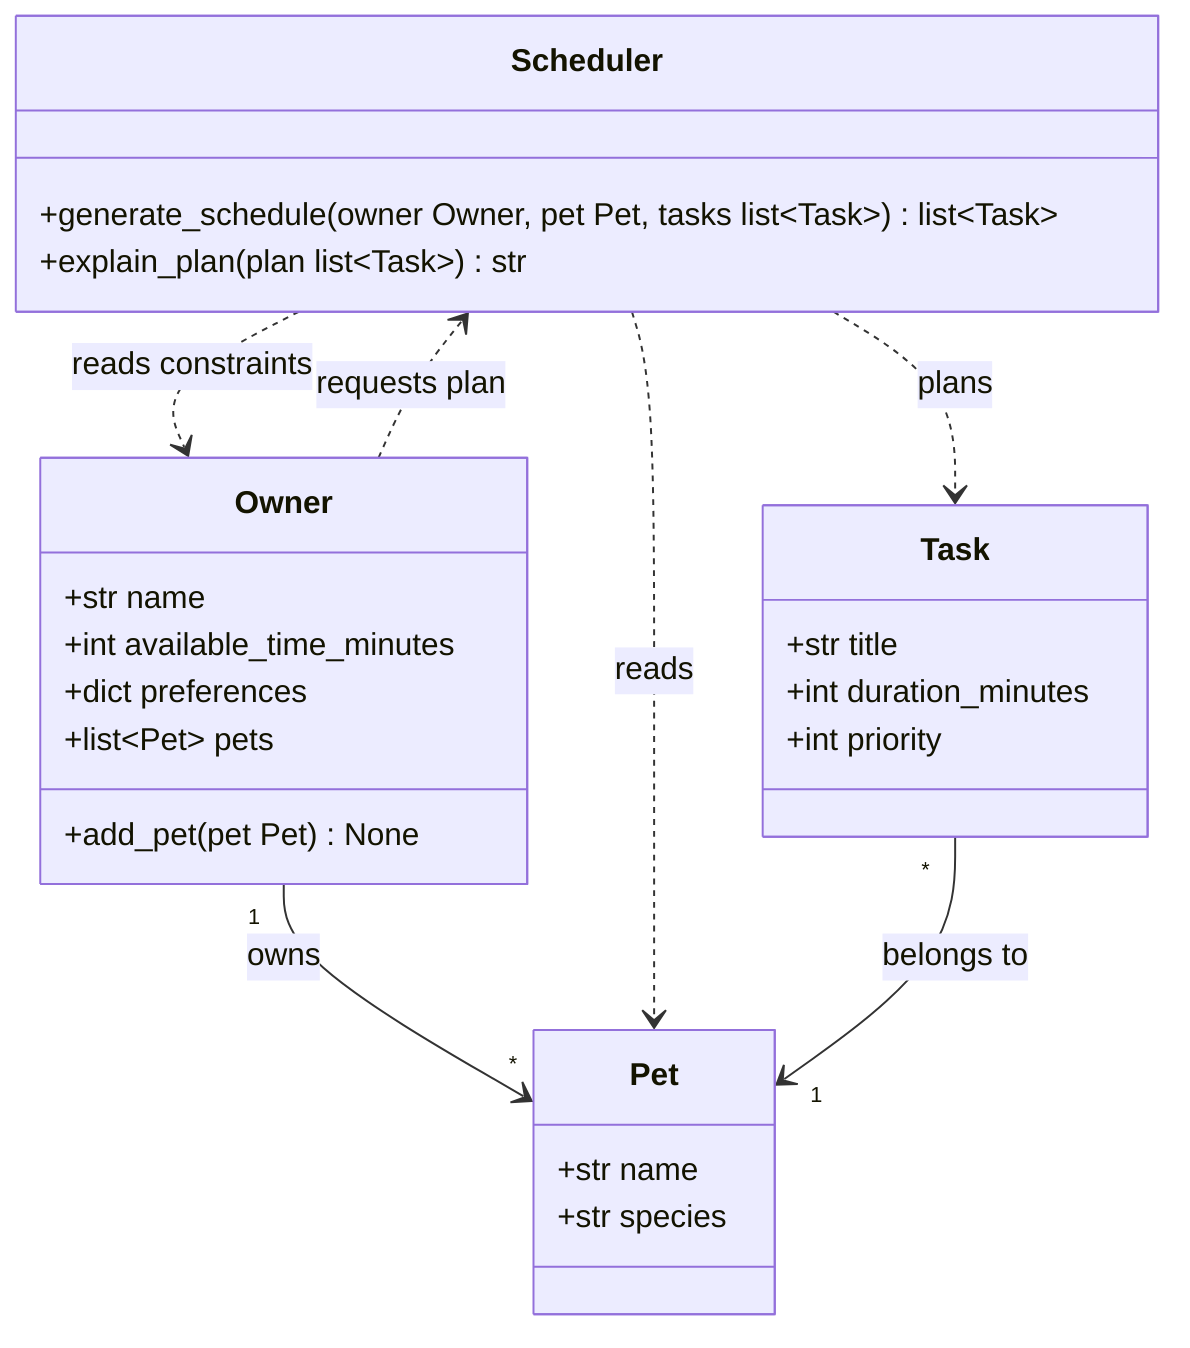
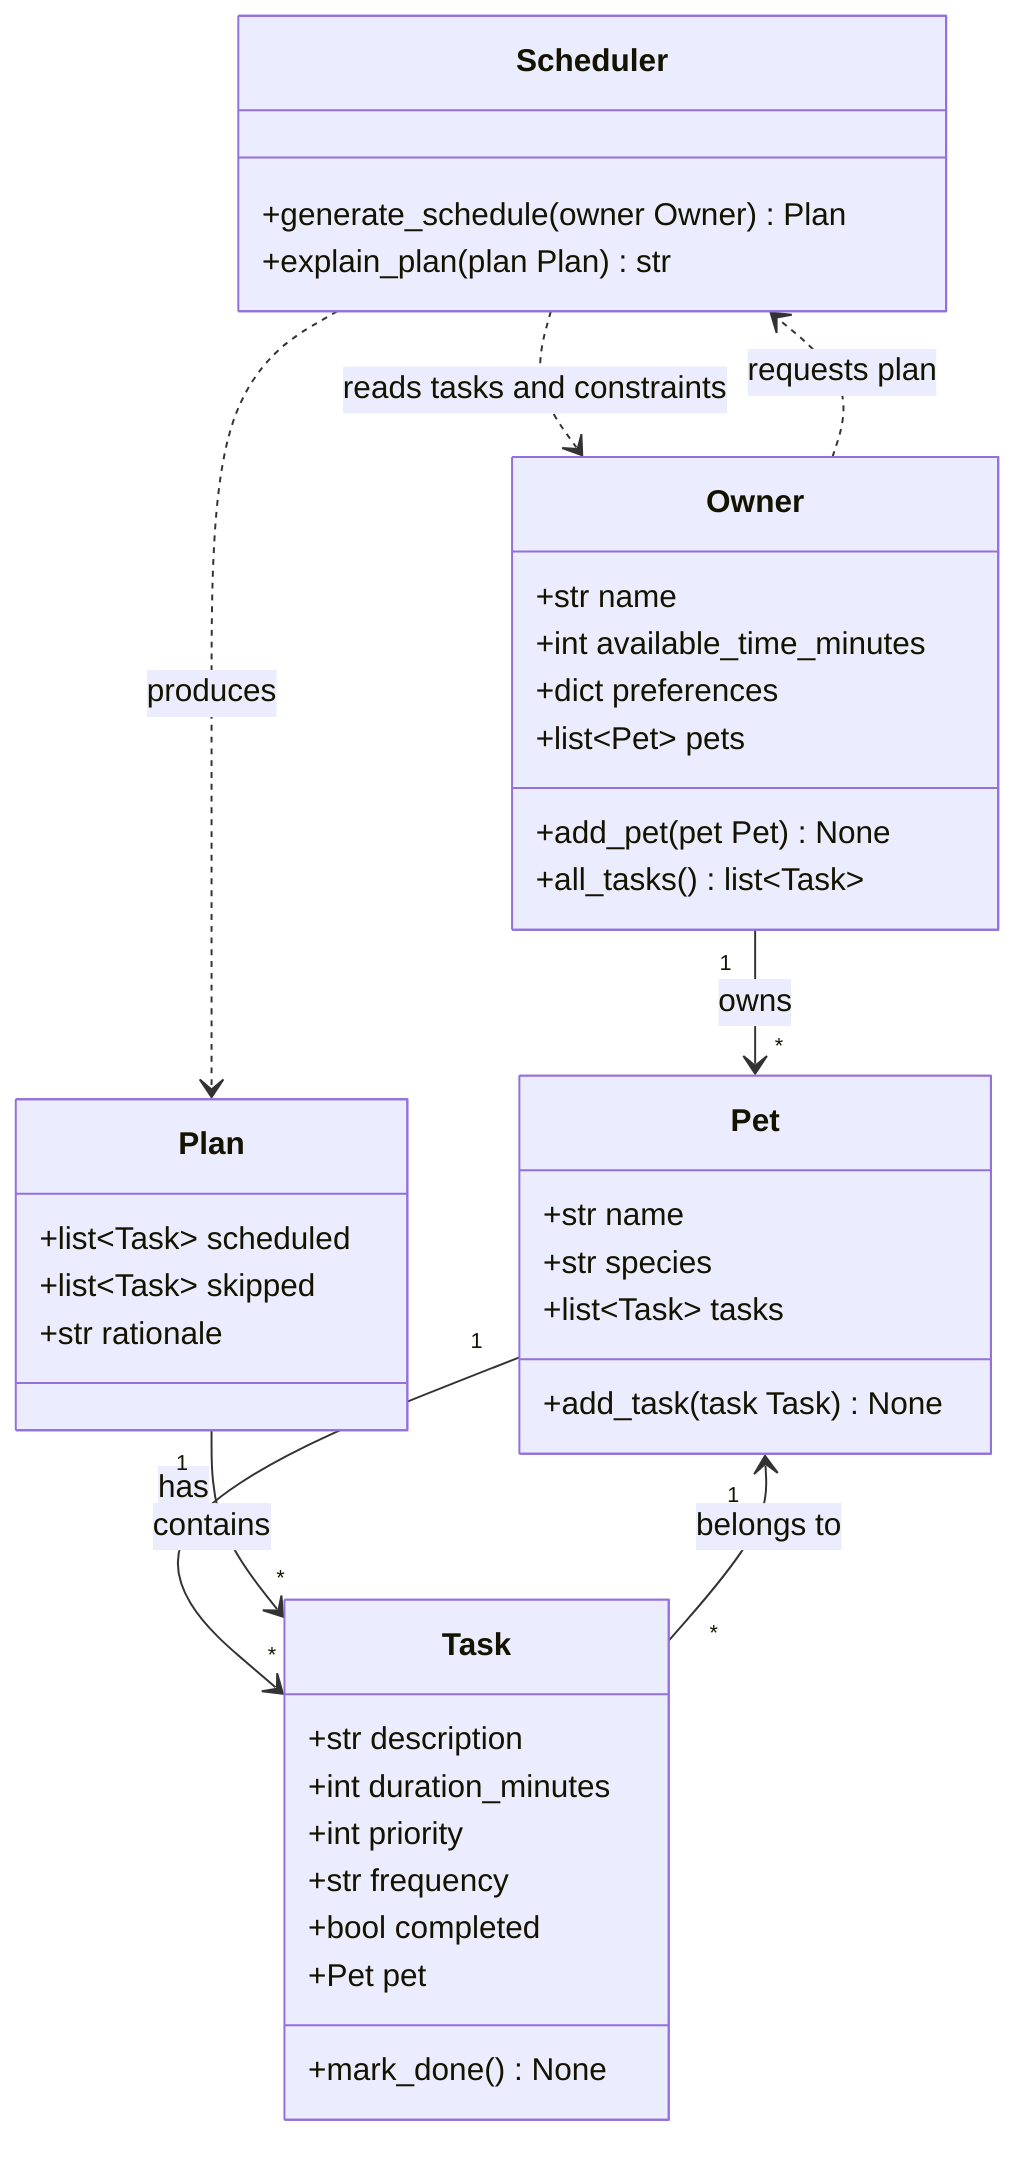
classDiagram
    class Scheduler {
-         +generate_schedule(owner Owner, pet Pet, tasks list~Task~) list~Task~
-         +explain_plan(plan list~Task~) str
+         +generate_schedule(owner Owner) Plan
+         +explain_plan(plan Plan) str
+     }
+ 
+     class Plan {
+         +list~Task~ scheduled
+         +list~Task~ skipped
+         +str rationale
    }

    class Owner {
        +str name
        +int available_time_minutes
        +dict preferences
        +list~Pet~ pets
        +add_pet(pet Pet) None
+         +all_tasks() list~Task~
    }

    class Pet {
        +str name
        +str species
+         +list~Task~ tasks
+         +add_task(task Task) None
    }

    class Task {
-         +str title
+         +str description
        +int duration_minutes
        +int priority
+         +str frequency
+         +bool completed
+         +Pet pet
+         +mark_done() None
    }

    Owner "1" --> "*" Pet : owns
+     Pet "1" --> "*" Task : has
+     Task "*" --> "1" Pet : belongs to
    Owner ..> Scheduler : requests plan
-     Scheduler ..> Owner : reads constraints
-     Scheduler ..> Pet : reads
-     Scheduler ..> Task : plans
-     Task "*" --> "1" Pet : belongs to
+     Scheduler ..> Owner : reads tasks and constraints
+     Scheduler ..> Plan : produces
+     Plan "1" --> "*" Task : contains
